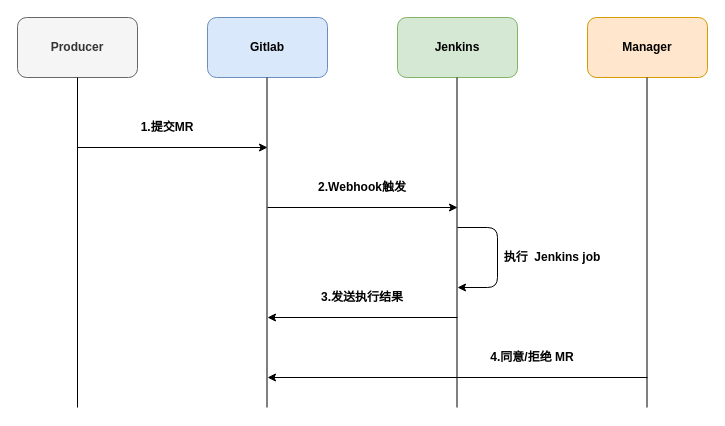
Before: jianshu/Untitled Diagram.drawio in To-echo/blog-pic, a draw.io diagram. Source tidied: cells renumbered, new cells numbered last; positions are measured from the earlier drawing's top-left corner, leaving out a move shared by most shapes. Both pictures are drawn from the tidied source at 100%, with x=0, y=0 at pixel (17, 17).
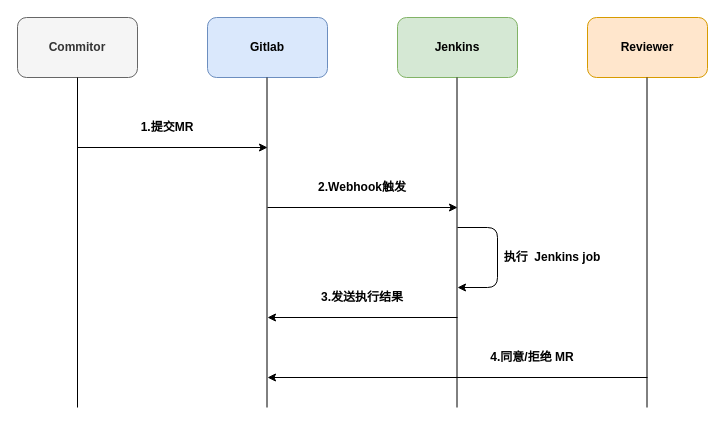
Above is the later version.

What changed in the source:
```diff
@@
-    <mxCell id="2" value="&lt;b&gt;Producer&lt;/b&gt;" style="rounded=1;whiteSpace=wrap;html=1;fillColor=#f5f5f5;strokeColor=#666666;fontColor=#333333;" parent="1" vertex="1">
+    <mxCell id="2" value="&lt;b&gt;Commitor&lt;/b&gt;" style="rounded=1;whiteSpace=wrap;html=1;fillColor=#f5f5f5;strokeColor=#666666;fontColor=#333333;" parent="1" vertex="1">
       <mxGeometry width="120" height="60" as="geometry" />
     </mxCell>
@@
-    <mxCell id="5" value="Manager" style="rounded=1;whiteSpace=wrap;html=1;fontStyle=1;fillColor=#ffe6cc;strokeColor=#d79b00;" parent="1" vertex="1">
+    <mxCell id="5" value="Reviewer" style="rounded=1;whiteSpace=wrap;html=1;fontStyle=1;fillColor=#ffe6cc;strokeColor=#d79b00;" parent="1" vertex="1">
       <mxGeometry x="570" width="120" height="60" as="geometry" />
     </mxCell>
```
